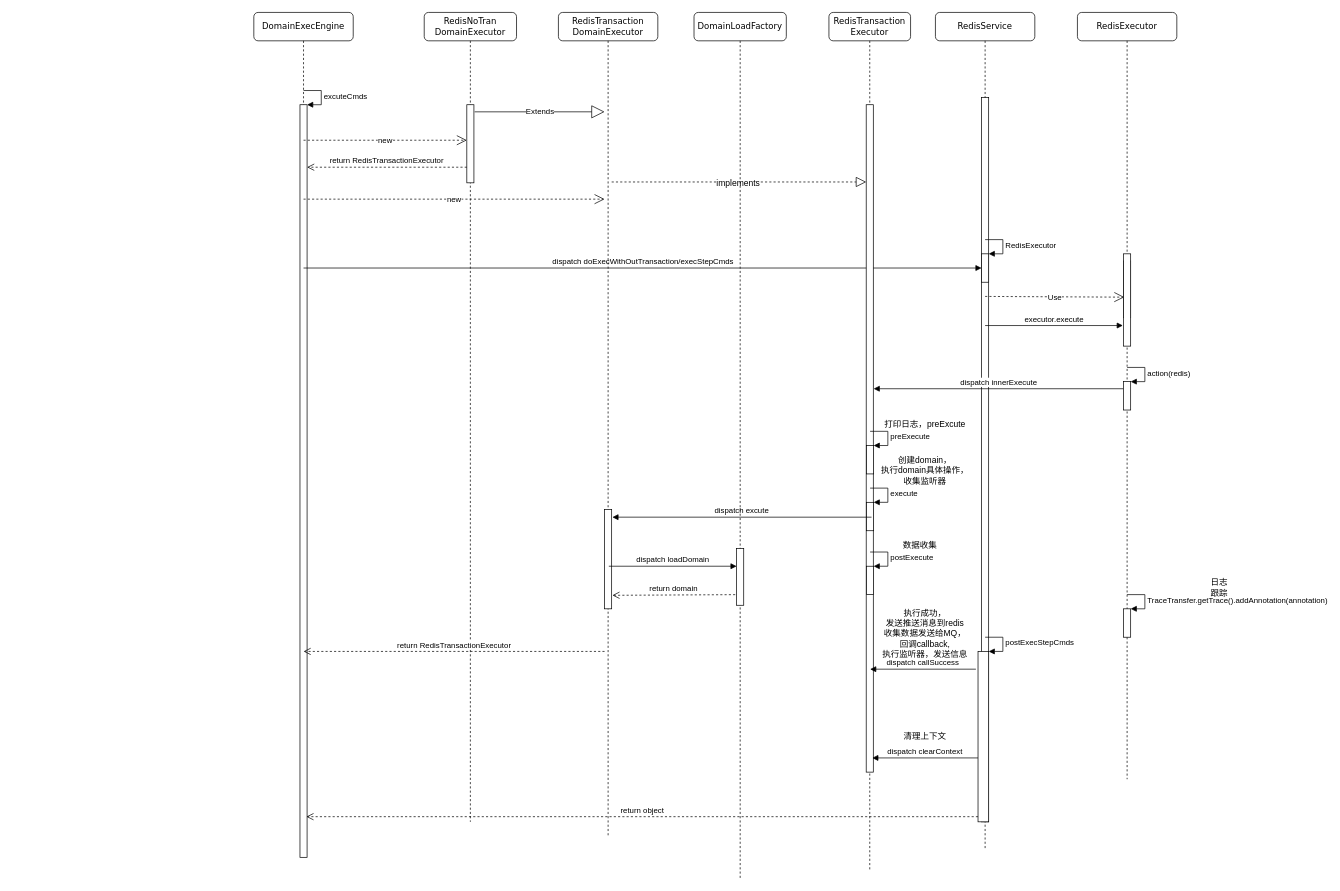
The draw.io diagram 未命名表单.drawio in Cocozc/UML, before the edit. Source tidied: cells renumbered, new cells numbered last; positions are measured from the earlier drawing's top-left corner, leaving out a move shared by most shapes. Both pictures are drawn from the tidied source at 71%, with x=0, y=0 at pixel (253, 12).
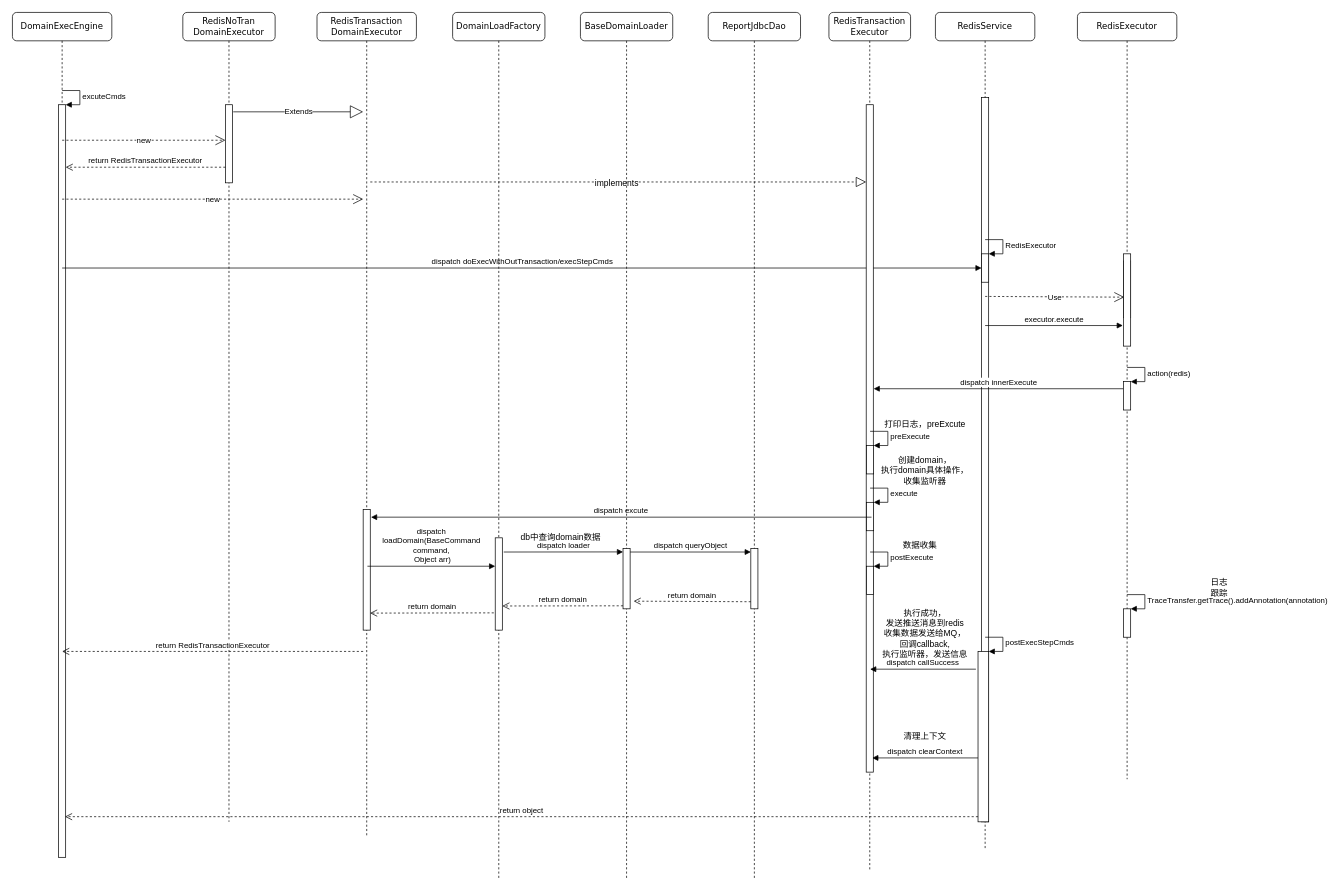
After the change.

Commit message:
已添加 未命名表单.drawio

The change refers to these unchanged cells:
```xml
<mxCell id="16" style="html=1;points=[];perimeter=orthogonalPerimeter;" parent="15" vertex="1">
  <mxGeometry x="60" y="130" width="10" height="110" as="geometry" />
</mxCell>
<mxCell id="24" style="html=1;points=[];perimeter=orthogonalPerimeter;" parent="23" vertex="1">
  <mxGeometry x="52.5" y="130" width="10" height="940" as="geometry" />
</mxCell>
<mxCell id="27" style="html=1;points=[];perimeter=orthogonalPerimeter;" parent="23" vertex="1">
  <mxGeometry x="53" y="690" width="10" height="40" as="geometry" />
</mxCell>
```

Diff of the diagram source:
```diff
@@
     <mxCell id="2" value="DomainExecEngine" style="shape=umlLifeline;perimeter=lifelinePerimeter;whiteSpace=wrap;html=1;rounded=1;shadow=0;comic=0;labelBackgroundColor=none;strokeWidth=1;fontFamily=Verdana;fontSize=12;align=center;" parent="1" vertex="1">
-      <mxGeometry width="140" height="1140" as="geometry" />
+      <mxGeometry x="-340" width="140" height="1140" as="geometry" />
     </mxCell>
@@
-    <mxCell id="5" value="new" style="endArrow=open;endSize=12;dashed=1;html=1;" parent="2" edge="1" target="16">
-      <mxGeometry relative="1" as="geometry">
-        <mxPoint x="70" y="180" as="sourcePoint" />
-      </mxGeometry>
-    </mxCell>
+    <mxCell id="55" value="new" style="endArrow=open;endSize=12;dashed=1;html=1;" parent="2" edge="1" target="16">
+      <mxGeometry relative="1" as="geometry">
+        <mxPoint x="70" y="180" as="sourcePoint" />
+      </mxGeometry>
+    </mxCell>
@@
     <mxCell id="15" value="RedisNoTran&lt;br&gt;DomainExecutor" style="shape=umlLifeline;perimeter=lifelinePerimeter;whiteSpace=wrap;html=1;rounded=1;shadow=0;comic=0;labelBackgroundColor=none;strokeWidth=1;fontFamily=Verdana;fontSize=12;align=center;" parent="1" vertex="1">
-      <mxGeometry x="240" width="130" height="1140" as="geometry" />
+      <mxGeometry x="-100" width="130" height="1140" as="geometry" />
     </mxCell>
@@
     <mxCell id="18" value="RedisTransaction&lt;br&gt;DomainExecutor" style="shape=umlLifeline;perimeter=lifelinePerimeter;whiteSpace=wrap;html=1;rounded=1;shadow=0;comic=0;labelBackgroundColor=none;strokeWidth=1;fontFamily=Verdana;fontSize=12;align=center;" parent="1" vertex="1">
-      <mxGeometry x="429" width="140" height="1160" as="geometry" />
+      <mxGeometry x="89" width="140" height="1160" as="geometry" />
     </mxCell>
-    <mxCell id="19" style="html=1;points=[];perimeter=orthogonalPerimeter;" parent="18" vertex="1">
-      <mxGeometry x="65" y="700" width="10" height="140" as="geometry" />
-    </mxCell>
-    <mxCell id="20" value="dispatch loadDomain" style="html=1;verticalAlign=bottom;endArrow=block;" parent="18" edge="1" target="53">
-      <mxGeometry relative="1" as="geometry">
-        <mxPoint x="71" y="780" as="sourcePoint" />
-      </mxGeometry>
-    </mxCell>
-    <mxCell id="21" value="new" style="endArrow=open;endSize=12;dashed=1;html=1;" parent="1" edge="1">
-      <mxGeometry relative="1" as="geometry">
-        <mxPoint x="70" y="263" as="sourcePoint" />
-        <mxPoint x="494" y="263" as="targetPoint" />
-      </mxGeometry>
-    </mxCell>
+    <mxCell id="56" style="html=1;points=[];perimeter=orthogonalPerimeter;" parent="18" vertex="1">
+      <mxGeometry x="65" y="700" width="10" height="170" as="geometry" />
+    </mxCell>
+    <mxCell id="57" value="dispatch &lt;br&gt;loadDomain(BaseCommand &lt;br&gt;command,&lt;br&gt;&amp;nbsp;Object arr)" style="html=1;verticalAlign=bottom;endArrow=block;" parent="18" edge="1" target="60">
+      <mxGeometry relative="1" as="geometry">
+        <mxPoint x="71" y="780" as="sourcePoint" />
+      </mxGeometry>
+    </mxCell>
+    <mxCell id="58" value="new" style="endArrow=open;endSize=12;dashed=1;html=1;" parent="1" edge="1">
+      <mxGeometry relative="1" as="geometry">
+        <mxPoint x="-270" y="263" as="sourcePoint" />
+        <mxPoint x="154" y="263" as="targetPoint" />
+      </mxGeometry>
+    </mxCell>
     <mxCell id="22" value="return&amp;nbsp;RedisTransactionExecutor" style="html=1;verticalAlign=bottom;endArrow=open;dashed=1;endSize=8;exitX=0.5;exitY=0.947;exitDx=0;exitDy=0;exitPerimeter=0;" parent="1" edge="1">
       <mxGeometry relative="1" as="geometry">
-        <mxPoint x="494" y="900" as="sourcePoint" />
-        <mxPoint x="70" y="900" as="targetPoint" />
+        <mxPoint x="154" y="900" as="sourcePoint" />
+        <mxPoint x="-270" y="900" as="targetPoint" />
       </mxGeometry>
     </mxCell>
@@
     <mxCell id="31" value="Extends" style="endArrow=block;endSize=16;endFill=0;html=1;exitX=1.1;exitY=0.091;exitDx=0;exitDy=0;exitPerimeter=0;" parent="1" edge="1" source="16">
       <mxGeometry relative="1" as="geometry">
-        <mxPoint x="494" y="140" as="targetPoint" />
+        <mxPoint x="154" y="140" as="targetPoint" />
       </mxGeometry>
     </mxCell>
-    <mxCell id="32" style="endArrow=block;dashed=1;endFill=0;endSize=12;html=1;exitX=1;exitY=0.147;exitDx=0;exitDy=0;exitPerimeter=0;" parent="1" edge="1" target="24">
-      <mxGeometry relative="1" as="geometry">
-        <mxPoint x="504" y="238.8" as="sourcePoint" />
-      </mxGeometry>
-    </mxCell>
+    <mxCell id="59" style="endArrow=block;dashed=1;endFill=0;endSize=12;html=1;exitX=1;exitY=0.147;exitDx=0;exitDy=0;exitPerimeter=0;" parent="1" edge="1" target="24">
+      <mxGeometry relative="1" as="geometry">
+        <mxPoint x="164" y="238.8" as="sourcePoint" />
+      </mxGeometry>
+    </mxCell>
-    <mxCell id="33" value="implements" style="text;html=1;align=center;verticalAlign=middle;labelBackgroundColor=#ffffff;" parent="32" vertex="1">
+    <mxCell id="33" value="implements" style="text;html=1;align=center;verticalAlign=middle;labelBackgroundColor=#ffffff;" parent="59" vertex="1">
       <mxGeometry x="-0.01" y="-2" relative="1" as="geometry" />
     </mxCell>
@@
     <mxCell id="51" value="dispatch excute" style="html=1;verticalAlign=bottom;endArrow=block;entryX=1.1;entryY=0.785;entryDx=0;entryDy=0;entryPerimeter=0;exitX=0.7;exitY=0.523;exitDx=0;exitDy=0;exitPerimeter=0;" parent="1" edge="1" source="27">
       <mxGeometry relative="1" as="geometry">
-        <mxPoint x="505" y="710.9" as="targetPoint" />
+        <mxPoint x="165" y="710.9" as="targetPoint" />
       </mxGeometry>
     </mxCell>
     <mxCell id="52" value="DomainLoadFactory" style="shape=umlLifeline;perimeter=lifelinePerimeter;whiteSpace=wrap;html=1;rounded=1;shadow=0;comic=0;labelBackgroundColor=none;strokeWidth=1;fontFamily=Verdana;fontSize=12;align=center;" parent="1" vertex="1">
-      <mxGeometry x="620" width="130" height="1220" as="geometry" />
+      <mxGeometry x="280" width="130" height="1220" as="geometry" />
     </mxCell>
-    <mxCell id="53" style="html=1;points=[];perimeter=orthogonalPerimeter;" parent="52" vertex="1">
-      <mxGeometry x="60" y="755" width="10" height="80" as="geometry" />
-    </mxCell>
-    <mxCell id="54" value="return domain" style="html=1;verticalAlign=bottom;endArrow=open;dashed=1;endSize=8;exitX=-0.2;exitY=0.813;exitDx=0;exitDy=0;exitPerimeter=0;entryX=1.1;entryY=0.864;entryDx=0;entryDy=0;entryPerimeter=0;" parent="1" edge="1" source="53" target="19">
-      <mxGeometry relative="1" as="geometry" />
-    </mxCell>
+    <mxCell id="60" style="html=1;points=[];perimeter=orthogonalPerimeter;" parent="52" vertex="1">
+      <mxGeometry x="60" y="740" width="10" height="130" as="geometry" />
+    </mxCell>
+    <mxCell id="61" value="return domain" style="html=1;verticalAlign=bottom;endArrow=open;dashed=1;endSize=8;exitX=-0.2;exitY=0.813;exitDx=0;exitDy=0;exitPerimeter=0;entryX=0.967;entryY=0.859;entryDx=0;entryDy=0;entryPerimeter=0;" parent="1" edge="1" source="60" target="56">
+      <mxGeometry relative="1" as="geometry" />
+    </mxCell>
+    <mxCell id="62" value="BaseDomainLoader" style="shape=umlLifeline;perimeter=lifelinePerimeter;whiteSpace=wrap;html=1;rounded=1;shadow=0;comic=0;labelBackgroundColor=none;strokeWidth=1;fontFamily=Verdana;fontSize=12;align=center;" parent="1" vertex="1">
+      <mxGeometry x="460" width="130" height="1220" as="geometry" />
+    </mxCell>
+    <mxCell id="63" style="html=1;points=[];perimeter=orthogonalPerimeter;" parent="62" vertex="1">
+      <mxGeometry x="60" y="755" width="10" height="85" as="geometry" />
+    </mxCell>
+    <mxCell id="64" value="dispatch queryObject" style="html=1;verticalAlign=bottom;endArrow=block;" parent="62" edge="1" target="69">
+      <mxGeometry relative="1" as="geometry">
+        <mxPoint x="70" y="760" as="sourcePoint" />
+      </mxGeometry>
+    </mxCell>
+    <mxCell id="65" value="dispatch loader" style="html=1;verticalAlign=bottom;endArrow=block;entryX=0.005;entryY=0.057;entryDx=0;entryDy=0;entryPerimeter=0;" parent="1" edge="1" target="63">
+      <mxGeometry relative="1" as="geometry">
+        <mxPoint x="352" y="760" as="sourcePoint" />
+      </mxGeometry>
+    </mxCell>
+    <mxCell id="66" value="return domain" style="html=1;verticalAlign=bottom;endArrow=open;dashed=1;endSize=8;exitX=0;exitY=0.95;" parent="1" edge="1" source="63">
+      <mxGeometry relative="1" as="geometry">
+        <mxPoint x="350" y="836" as="targetPoint" />
+      </mxGeometry>
+    </mxCell>
+    <mxCell id="67" value="db中查询domain数据" style="text;html=1;align=center;verticalAlign=middle;" parent="1" vertex="1">
+      <mxGeometry x="367" y="730" width="130" height="20" as="geometry" />
+    </mxCell>
+    <mxCell id="68" value="ReportJdbcDao" style="shape=umlLifeline;perimeter=lifelinePerimeter;whiteSpace=wrap;html=1;rounded=1;shadow=0;comic=0;labelBackgroundColor=none;strokeWidth=1;fontFamily=Verdana;fontSize=12;align=center;" parent="1" vertex="1">
+      <mxGeometry x="640" width="130" height="1220" as="geometry" />
+    </mxCell>
+    <mxCell id="69" style="html=1;points=[];perimeter=orthogonalPerimeter;" parent="68" vertex="1">
+      <mxGeometry x="60" y="755" width="10" height="85" as="geometry" />
+    </mxCell>
+    <mxCell id="70" value="return domain" style="html=1;verticalAlign=bottom;endArrow=open;dashed=1;endSize=8;entryX=1.494;entryY=0.873;entryDx=0;entryDy=0;entryPerimeter=0;" parent="1" edge="1" target="63">
+      <mxGeometry relative="1" as="geometry">
+        <mxPoint x="700" y="830" as="sourcePoint" />
+      </mxGeometry>
+    </mxCell>
```
